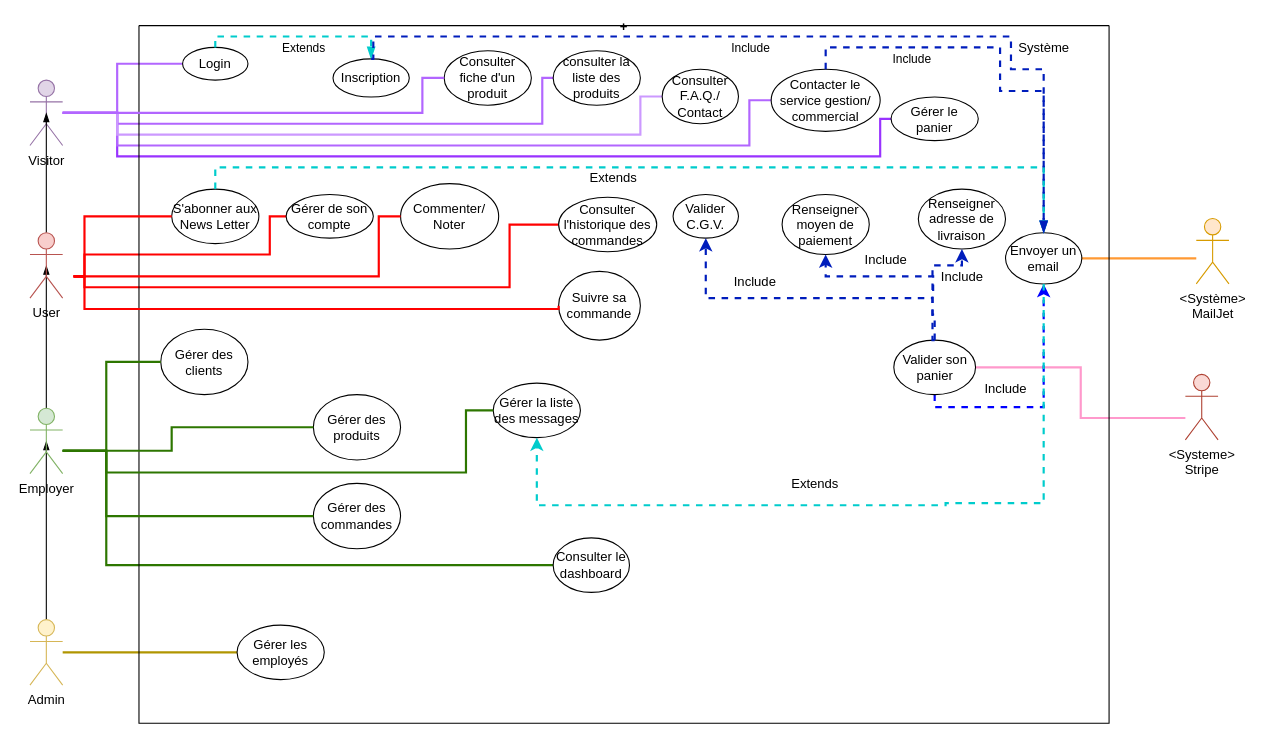
Earlier version of the draw.io diagram use case Diagram.drawio (Aurelie1416/books-key). Source tidied: cells renumbered, new cells numbered last; positions are measured from the earlier drawing's top-left corner, leaving out a move shared by most shapes. Both pictures are drawn from the tidied source at 109%, with x=0, y=0 at pixel (29, 25).
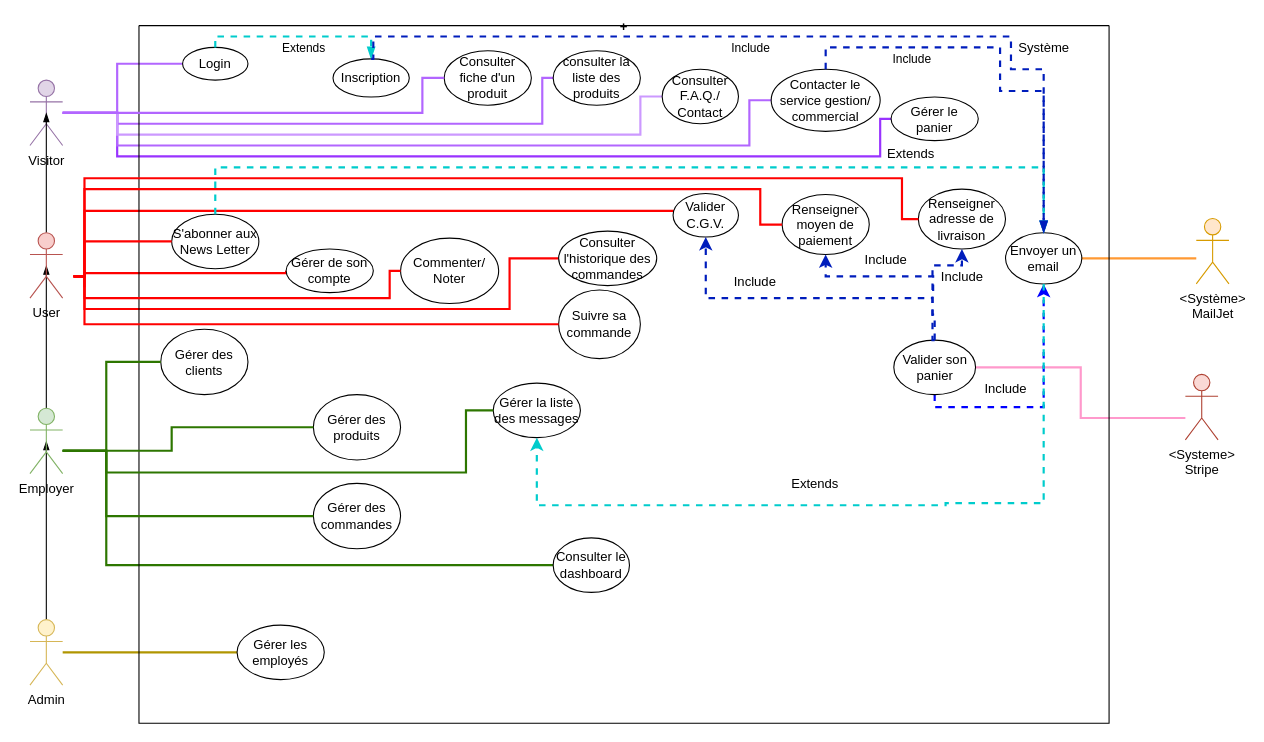
Above is the later version.

The change refers to these unchanged cells:
```xml
<mxCell id="21" value="+" style="swimlane;startSize=0;" parent="1" vertex="1">
  <mxGeometry x="100" width="890" height="640" as="geometry" />
</mxCell>
<mxCell id="37" value="Renseigner moyen de paiement" style="ellipse;whiteSpace=wrap;html=1;" parent="21" vertex="1">
  <mxGeometry x="590" y="155" width="80" height="55" as="geometry" />
</mxCell>
<mxCell id="45" value="Renseigner adresse de livraison" style="ellipse;whiteSpace=wrap;html=1;" parent="21" vertex="1">
  <mxGeometry x="715" y="150" width="80" height="55" as="geometry" />
</mxCell>
```

What changed in the source:
```diff
@@
     <mxCell id="14" style="edgeStyle=orthogonalEdgeStyle;rounded=0;jettySize=auto;html=1;entryX=0;entryY=0.5;entryDx=0;entryDy=0;endArrow=none;endFill=0;strokeWidth=2;fillColor=#e51400;strokeColor=#FF0000;" parent="1" edge="1" target="39">
       <mxGeometry relative="1" as="geometry">
         <mxPoint x="40" y="230" as="sourcePoint" />
         <Array as="points">
           <mxPoint x="50" y="230" />
-          <mxPoint x="50" y="240" />
-          <mxPoint x="440" y="240" />
-          <mxPoint x="440" y="183" />
+          <mxPoint x="50" y="260" />
+          <mxPoint x="440" y="260" />
+          <mxPoint x="440" y="214" />
         </Array>
       </mxGeometry>
     </mxCell>
     <mxCell id="15" style="edgeStyle=orthogonalEdgeStyle;rounded=0;jettySize=auto;html=1;entryX=0;entryY=0.5;entryDx=0;entryDy=0;endArrow=none;endFill=0;strokeWidth=2;fillColor=#e51400;strokeColor=#FF0000;" parent="1" edge="1" target="68">
       <mxGeometry relative="1" as="geometry">
         <mxPoint x="40" y="230" as="sourcePoint" />
         <Array as="points">
           <mxPoint x="50" y="230" />
-          <mxPoint x="50" y="210" />
-          <mxPoint x="220" y="210" />
-          <mxPoint x="220" y="175" />
+          <mxPoint x="50" y="227" />
         </Array>
       </mxGeometry>
     </mxCell>
+    <mxCell id="70" style="edgeStyle=orthogonalEdgeStyle;rounded=0;jettySize=auto;html=1;strokeColor=#FF0000;strokeWidth=2;endArrow=none;endFill=0;" parent="1" edge="1" target="46">
+      <mxGeometry relative="1" as="geometry">
+        <mxPoint x="40" y="230" as="sourcePoint" />
+        <Array as="points">
+          <mxPoint x="50" y="230" />
+          <mxPoint x="50" y="170" />
+        </Array>
+      </mxGeometry>
+    </mxCell>
@@
     <mxCell id="26" value="Suivre sa commande" style="ellipse;whiteSpace=wrap;html=1;" parent="21" vertex="1">
-      <mxGeometry x="385" y="225.5" width="75" height="63" as="geometry" />
+      <mxGeometry x="385" y="242.5" width="75" height="63" as="geometry" />
     </mxCell>
@@
     <mxCell id="38" value="Commenter/ Noter" style="ellipse;whiteSpace=wrap;html=1;" parent="21" vertex="1">
-      <mxGeometry x="240" y="145" width="90" height="60" as="geometry" />
+      <mxGeometry x="240" y="195" width="90" height="60" as="geometry" />
     </mxCell>
     <mxCell id="39" value="Consulter l'historique des commandes" style="ellipse;whiteSpace=wrap;html=1;" parent="21" vertex="1">
-      <mxGeometry x="385" y="157.5" width="90" height="50" as="geometry" />
+      <mxGeometry x="385" y="188.5" width="90" height="50" as="geometry" />
     </mxCell>
     <mxCell id="40" value="S'abonner aux News Letter" style="ellipse;whiteSpace=wrap;html=1;" parent="21" vertex="1">
-      <mxGeometry x="30" y="150" width="80" height="50" as="geometry" />
+      <mxGeometry x="30" y="173" width="80" height="50" as="geometry" />
     </mxCell>
@@
     <mxCell id="46" value="Valider C.G.V." style="ellipse;whiteSpace=wrap;html=1;" parent="21" vertex="1">
-      <mxGeometry x="490" y="155" width="60" height="40" as="geometry" />
+      <mxGeometry x="490" y="154" width="60" height="40" as="geometry" />
     </mxCell>
     <mxCell id="47" value="Extends" style="text;html=1;align=center;verticalAlign=middle;strokeColor=none;fillColor=none;" parent="21" vertex="1">
-      <mxGeometry x="405" y="130" width="60" height="20" as="geometry" />
+      <mxGeometry x="678" y="108" width="60" height="20" as="geometry" />
     </mxCell>
@@
     <mxCell id="63" style="edgeStyle=orthogonalEdgeStyle;rounded=0;jettySize=auto;html=1;endArrow=none;endFill=0;strokeWidth=2;fillColor=#e51400;strokeColor=#FF0000;startArrow=none;entryX=0;entryY=0.5;entryDx=0;entryDy=0;" parent="1" edge="1" target="38">
       <mxGeometry relative="1" as="geometry">
         <mxPoint x="40" y="230" as="sourcePoint" />
         <Array as="points">
-          <mxPoint x="320" y="230" />
-          <mxPoint x="320" y="175" />
+          <mxPoint x="50" y="230" />
+          <mxPoint x="50" y="250" />
+          <mxPoint x="330" y="250" />
+          <mxPoint x="330" y="225" />
         </Array>
       </mxGeometry>
     </mxCell>
     <mxCell id="64" style="edgeStyle=orthogonalEdgeStyle;rounded=0;jettySize=auto;html=1;endArrow=none;endFill=0;strokeWidth=2;fillColor=#e51400;strokeColor=#FF0000;startArrow=none;exitX=0;exitY=0.5;exitDx=0;exitDy=0;" parent="1" edge="1" source="40">
       <mxGeometry relative="1" as="geometry">
         <mxPoint x="40" y="230" as="targetPoint" />
         <Array as="points">
-          <mxPoint x="50" y="175" />
+          <mxPoint x="50" y="198" />
           <mxPoint x="50" y="230" />
         </Array>
       </mxGeometry>
     </mxCell>
@@
-    <mxCell id="66" style="edgeStyle=orthogonalEdgeStyle;rounded=0;orthogonalLoop=1;jettySize=auto;html=1;dashed=1;endArrow=blockThin;endFill=1;endSize=6;strokeColor=#00CCCC;strokeWidth=2;" parent="1" edge="1">
+    <mxCell id="66" style="edgeStyle=orthogonalEdgeStyle;rounded=0;jettySize=auto;html=1;dashed=1;endArrow=blockThin;endFill=1;endSize=6;strokeColor=#00CCCC;strokeWidth=2;exitX=0.5;exitY=0;exitDx=0;exitDy=0;" parent="1" edge="1" source="40">
       <mxGeometry relative="1" as="geometry">
-        <mxPoint x="170" y="150" as="sourcePoint" />
         <mxPoint x="930" y="190" as="targetPoint" />
         <Array as="points">
           <mxPoint x="170" y="130" />
           <mxPoint x="930" y="130" />
         </Array>
       </mxGeometry>
     </mxCell>
@@
     <mxCell id="68" value="Gérer de son compte" style="ellipse;whiteSpace=wrap;html=1;" parent="1" vertex="1">
-      <mxGeometry x="235" y="155" width="80" height="40" as="geometry" />
+      <mxGeometry x="235" y="205" width="80" height="40" as="geometry" />
     </mxCell>
     <mxCell id="69" style="edgeStyle=orthogonalEdgeStyle;rounded=0;jettySize=auto;html=1;fontSize=12;endArrow=none;endFill=0;endSize=6;strokeColor=#FF0000;strokeWidth=2;exitX=0;exitY=0.5;exitDx=0;exitDy=0;" parent="1" edge="1" source="26">
       <mxGeometry relative="1" as="geometry">
         <mxPoint x="40" y="230" as="targetPoint" />
         <Array as="points">
-          <mxPoint x="485" y="260" />
-          <mxPoint x="50" y="260" />
+          <mxPoint x="50" y="274" />
           <mxPoint x="50" y="230" />
         </Array>
       </mxGeometry>
     </mxCell>
+    <mxCell id="71" style="edgeStyle=orthogonalEdgeStyle;rounded=0;jettySize=auto;html=1;strokeColor=#FF0000;strokeWidth=2;endArrow=none;endFill=0;entryX=0;entryY=0.5;entryDx=0;entryDy=0;" parent="1" edge="1" target="37">
+      <mxGeometry relative="1" as="geometry">
+        <mxPoint x="50" y="240" as="sourcePoint" />
+        <Array as="points">
+          <mxPoint x="50" y="150" />
+          <mxPoint x="670" y="150" />
+          <mxPoint x="670" y="183" />
+        </Array>
+      </mxGeometry>
+    </mxCell>
+    <mxCell id="72" style="edgeStyle=orthogonalEdgeStyle;rounded=0;jettySize=auto;html=1;strokeColor=#FF0000;strokeWidth=2;endArrow=none;endFill=0;entryX=0;entryY=0.5;entryDx=0;entryDy=0;" parent="1" edge="1" target="45">
+      <mxGeometry relative="1" as="geometry">
+        <mxPoint x="40" y="230" as="sourcePoint" />
+        <Array as="points">
+          <mxPoint x="50" y="230" />
+          <mxPoint x="50" y="140" />
+          <mxPoint x="800" y="140" />
+          <mxPoint x="800" y="178" />
+        </Array>
+      </mxGeometry>
+    </mxCell>
```
